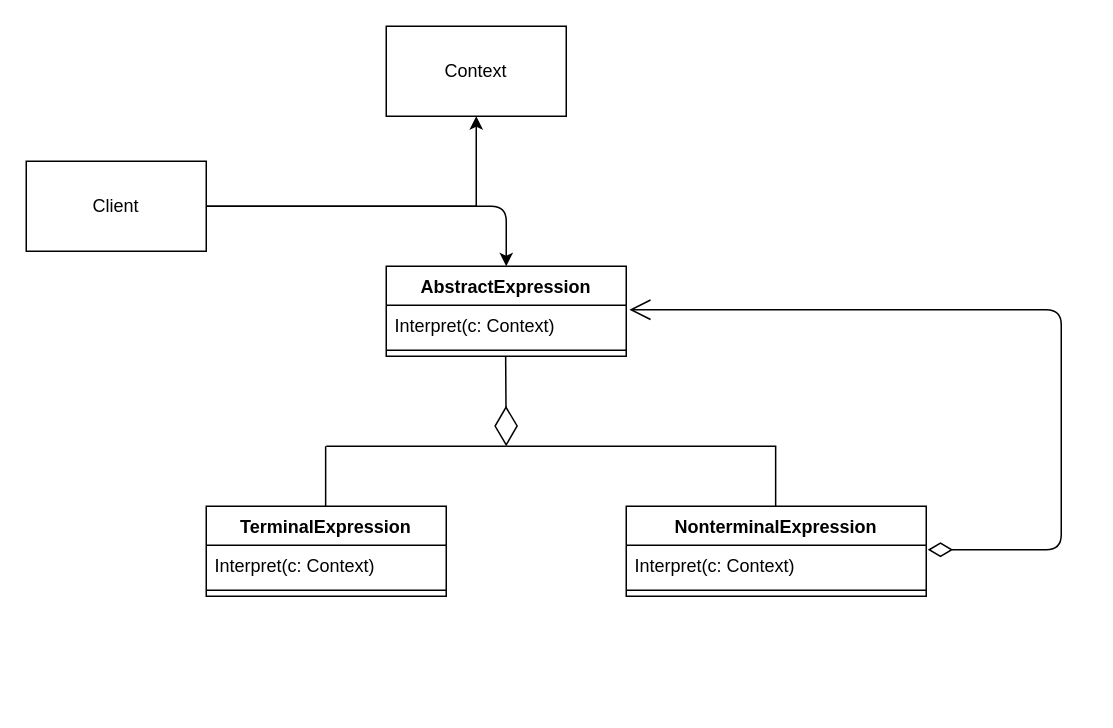
Earlier version of the draw.io diagram designpatterns/src/main/resources/com/sinlov/kotlin/design/patterns/behavioral/interpreter/Interpreter_pattern.drawio (sinlov/kotlin-playground). Source tidied: cells renumbered, new cells numbered last; positions are measured from the earlier drawing's top-left corner, leaving out a move shared by most shapes. Both pictures are drawn from the tidied source at 150%, with x=0, y=0 at pixel (26, 26).
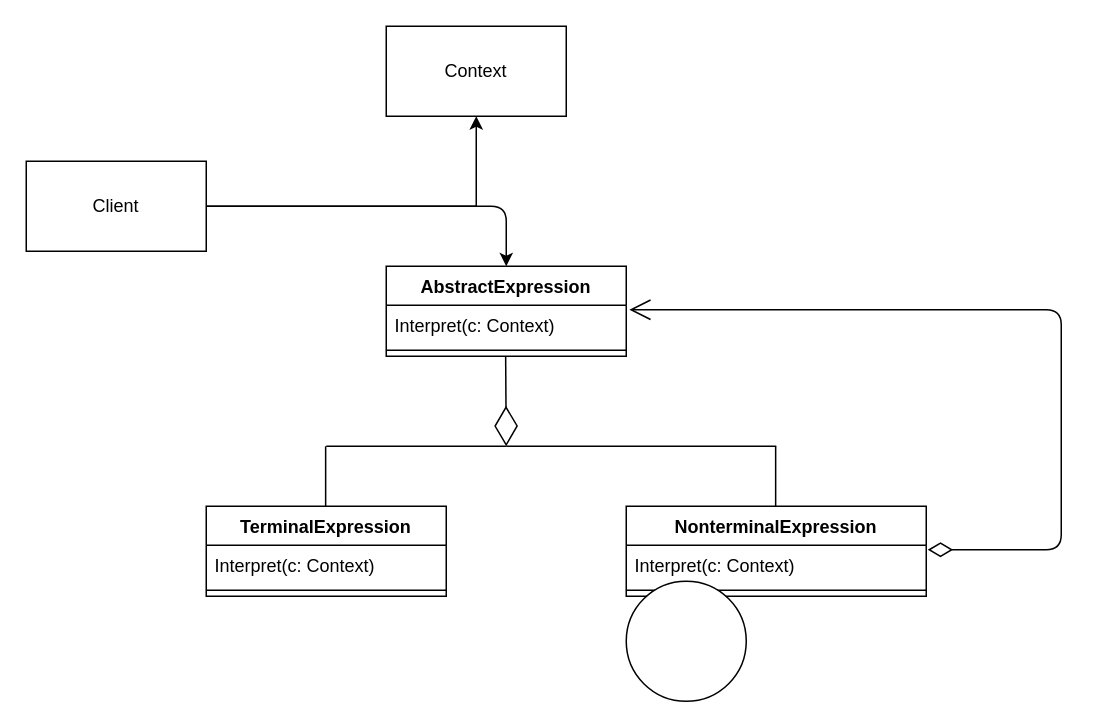
The same diagram, later.

Commit message:
refactor package name of Iterator_pattern

The edit, as a diff of the source:
```diff
@@
+    <mxCell id="21" style="ellipse;whiteSpace=wrap;html=1;" parent="1" vertex="1">
+      <mxGeometry x="400" y="370" width="80" height="80" as="geometry" />
+    </mxCell>
```
